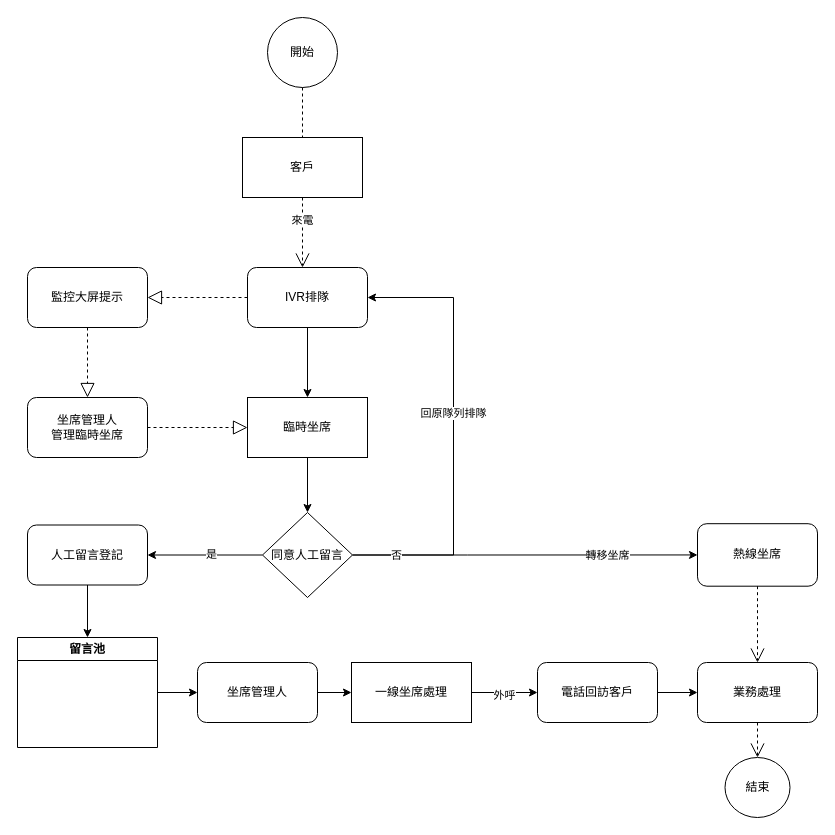
The draw.io diagram 最终Pick Call.drawio in 2571788183/-, before the edit. Source tidied: cells renumbered, new cells numbered last; positions are measured from the earlier drawing's top-left corner, leaving out a move shared by most shapes. Both pictures are drawn from the tidied source at 100%, with x=0, y=0 at pixel (17, 17).
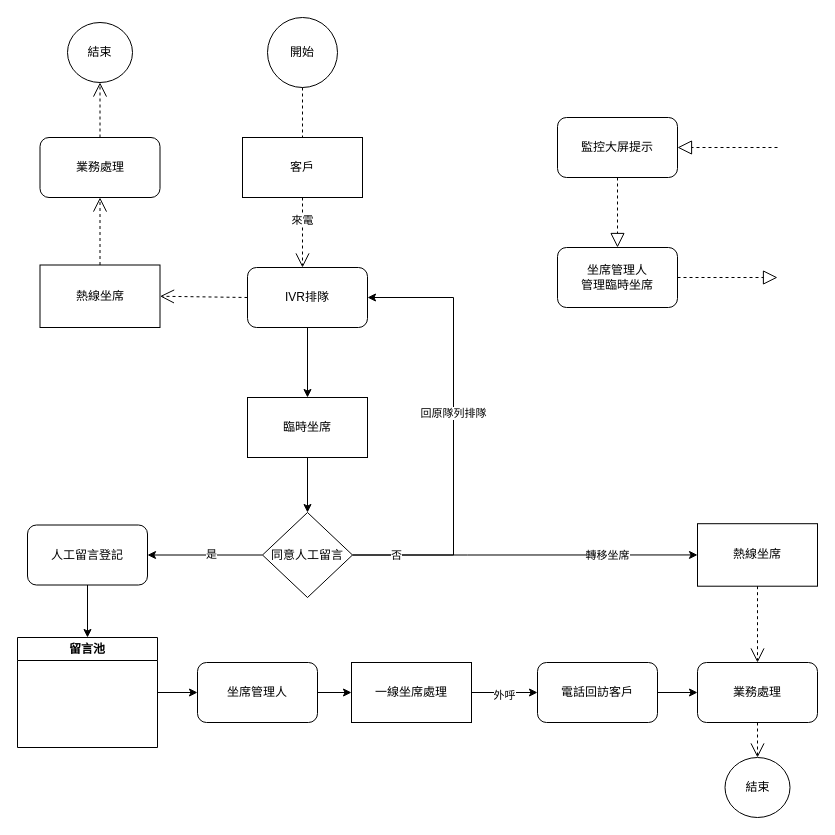
The same diagram, later.

The change refers to these unchanged cells:
```xml
<mxCell id="5" value="臨時坐席" style="whiteSpace=wrap;html=1;rounded=0;" parent="1" vertex="1">
  <mxGeometry x="230" y="380" width="120" height="60" as="geometry" />
</mxCell>
<mxCell id="14" value="IVR排隊" style="rounded=1;whiteSpace=wrap;html=1;" parent="1" vertex="1">
  <mxGeometry x="230" y="250" width="120" height="60" as="geometry" />
</mxCell>
```

Diff of the diagram source:
```diff
@@
-    <mxCell id="28" value="熱線坐席" style="whiteSpace=wrap;html=1;rounded=1;" parent="1" vertex="1">
+    <mxCell id="28" value="熱線坐席" style="whiteSpace=wrap;html=1;rounded=0;" parent="1" vertex="1">
       <mxGeometry x="680" y="506.2" width="120" height="62.5" as="geometry" />
     </mxCell>
@@
     <mxCell id="33" value="監控大屏提示" style="rounded=1;whiteSpace=wrap;html=1;" parent="1" vertex="1">
-      <mxGeometry x="10" y="250" width="120" height="60" as="geometry" />
+      <mxGeometry x="540" y="100" width="120" height="60" as="geometry" />
     </mxCell>
     <mxCell id="34" value="坐席管理人&lt;br&gt;管理臨時坐席" style="whiteSpace=wrap;html=1;rounded=1;" parent="1" vertex="1">
-      <mxGeometry x="10" y="380" width="120" height="60" as="geometry" />
+      <mxGeometry x="540" y="230" width="120" height="60" as="geometry" />
     </mxCell>
@@
-    <mxCell id="36" style="endArrow=block;dashed=1;endFill=0;endSize=12;html=1;rounded=0;exitX=0;exitY=0.5;exitDx=0;exitDy=0;" parent="1" edge="1" source="14" target="33">
-      <mxGeometry relative="1" as="geometry" />
+    <mxCell id="36" style="endArrow=block;dashed=1;endFill=0;endSize=12;html=1;rounded=0;exitX=0;exitY=0.5;exitDx=0;exitDy=0;" parent="1" edge="1" target="33">
+      <mxGeometry relative="1" as="geometry">
+        <mxPoint x="760" y="130" as="sourcePoint" />
+      </mxGeometry>
     </mxCell>
@@
-    <mxCell id="38" style="endArrow=block;dashed=1;endFill=0;endSize=12;html=1;rounded=0;exitX=1;exitY=0.5;exitDx=0;exitDy=0;" parent="1" edge="1" source="34" target="5">
-      <mxGeometry relative="1" as="geometry" />
+    <mxCell id="38" style="endArrow=block;dashed=1;endFill=0;endSize=12;html=1;rounded=0;exitX=1;exitY=0.5;exitDx=0;exitDy=0;" parent="1" edge="1" source="34">
+      <mxGeometry relative="1" as="geometry">
+        <mxPoint x="760" y="260" as="targetPoint" />
+      </mxGeometry>
     </mxCell>
+    <mxCell id="39" value="熱線坐席" style="whiteSpace=wrap;html=1;rounded=0;" parent="1" vertex="1">
+      <mxGeometry x="22.5" y="247.5" width="120" height="62.5" as="geometry" />
+    </mxCell>
+    <mxCell id="40" value="業務處理" style="whiteSpace=wrap;html=1;rounded=1;" parent="1" vertex="1">
+      <mxGeometry x="22.5" y="120" width="120" height="60" as="geometry" />
+    </mxCell>
+    <mxCell id="41" value="結束" style="ellipse;whiteSpace=wrap;html=1;rounded=1;" parent="1" vertex="1">
+      <mxGeometry x="50" y="5" width="65" height="60" as="geometry" />
+    </mxCell>
+    <mxCell id="42" style="endArrow=open;endSize=12;dashed=1;html=1;rounded=0;exitX=0;exitY=0.5;exitDx=0;exitDy=0;entryX=1;entryY=0.5;entryDx=0;entryDy=0;" parent="1" edge="1" source="14" target="39">
+      <mxGeometry x="0.12" y="51" relative="1" as="geometry" />
+    </mxCell>
+    <mxCell id="43" style="endArrow=open;endSize=12;dashed=1;html=1;rounded=0;exitX=0.5;exitY=0;exitDx=0;exitDy=0;entryX=0.5;entryY=1;entryDx=0;entryDy=0;" parent="1" edge="1" source="39" target="40">
+      <mxGeometry x="0.12" y="51" relative="1" as="geometry" />
+    </mxCell>
+    <mxCell id="44" style="endArrow=open;endSize=12;dashed=1;html=1;rounded=0;exitX=0.5;exitY=0;exitDx=0;exitDy=0;entryX=0.5;entryY=1;entryDx=0;entryDy=0;" parent="1" edge="1" source="40" target="41">
+      <mxGeometry x="0.12" y="51" relative="1" as="geometry" />
+    </mxCell>
```
